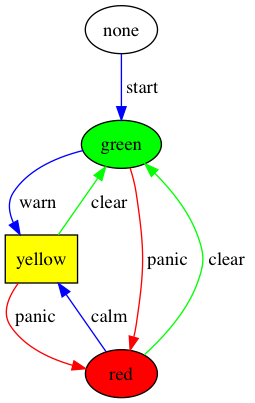
Before: examples/traffic_light_statedefs.png, a diagram exported from Graphviz (jakesgordon/javascript-state-machine). Its source is kept beside it as examples/traffic_light_statedefs.dot.
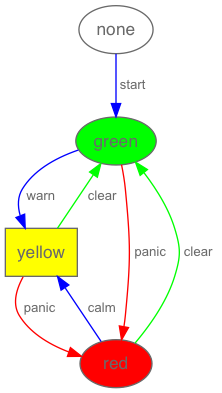
The same file after the commit.

Diff of the diagram source:
```diff
@@ -1,4 +1,7 @@
 digraph "Traffic_Light" {
+  graph  [ fontcolor="dimgray", fontname="Helvetica" ];
+  node  [ color="dimgray", fontcolor="dimgray", fontname="Helvetica", fontsize="13" ];
+  edge  [ fontcolor="dimgray", fontname="Arial", fontsize="10" ];
   "green" [ fillcolor="green", style="filled" ];
   "yellow" [ fillcolor="yellow", shape="rect", style="filled" ];
   "red" [ fillcolor="red", style="filled" ];
```
